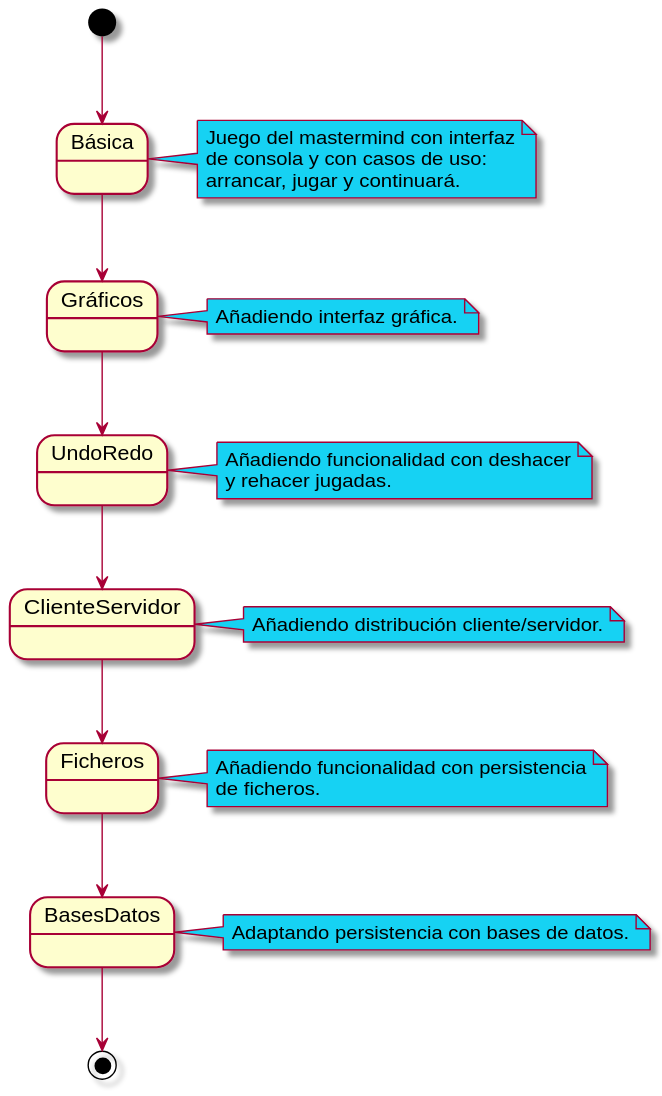
This is docs/diagrams/out/versiones/versiones.svg from EscuelaIt/requirements, a PlantUML export, as it was before one commit.
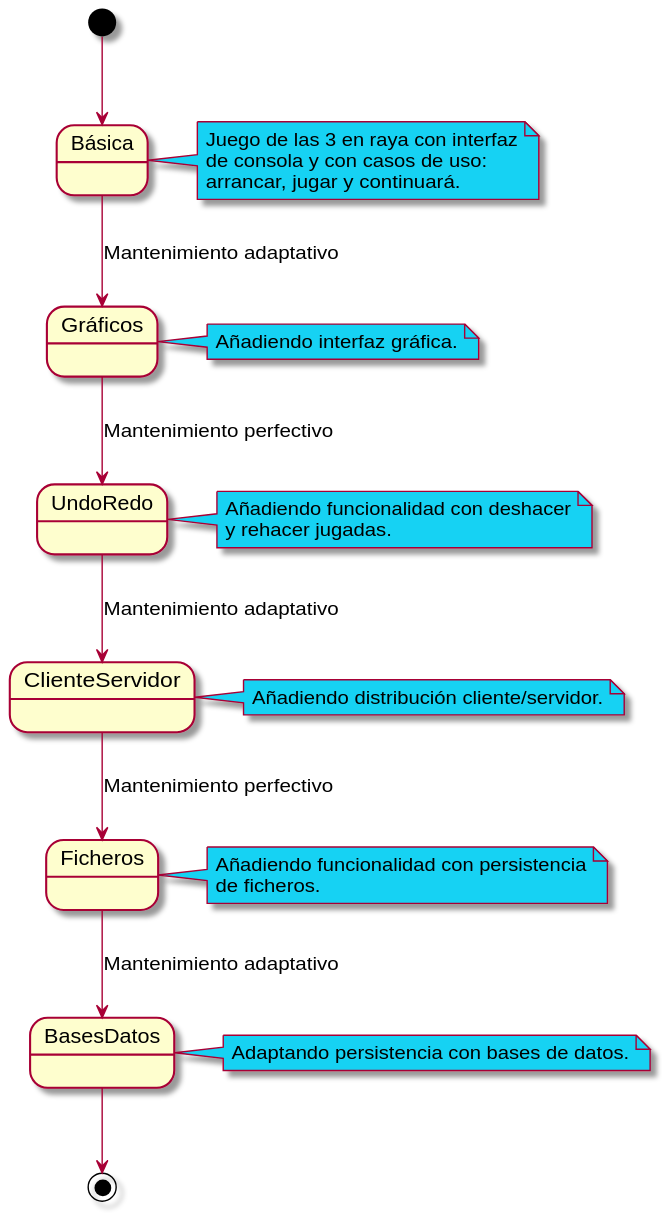
After the change.

Change to the diagram source:
```diff
@@ -7,17 +7,17 @@
 State BasesDatos
 
 [*] --> Básica
-Básica --> Gráficos
-Gráficos --> UndoRedo
-UndoRedo --> ClienteServidor
-ClienteServidor --> Ficheros
-Ficheros --> BasesDatos
+Básica --> Gráficos:Mantenimiento adaptativo
+Gráficos --> UndoRedo:Mantenimiento perfectivo
+UndoRedo --> ClienteServidor:Mantenimiento adaptativo
+ClienteServidor --> Ficheros:Mantenimiento perfectivo
+Ficheros --> BasesDatos:Mantenimiento adaptativo
 BasesDatos --> [*]
 
 
 
 note right of Básica #15D2F3
-  Juego del mastermind con interfaz
+  Juego de las 3 en raya con interfaz
   de consola y con casos de uso:
   arrancar, jugar y continuará.
 end note
```
